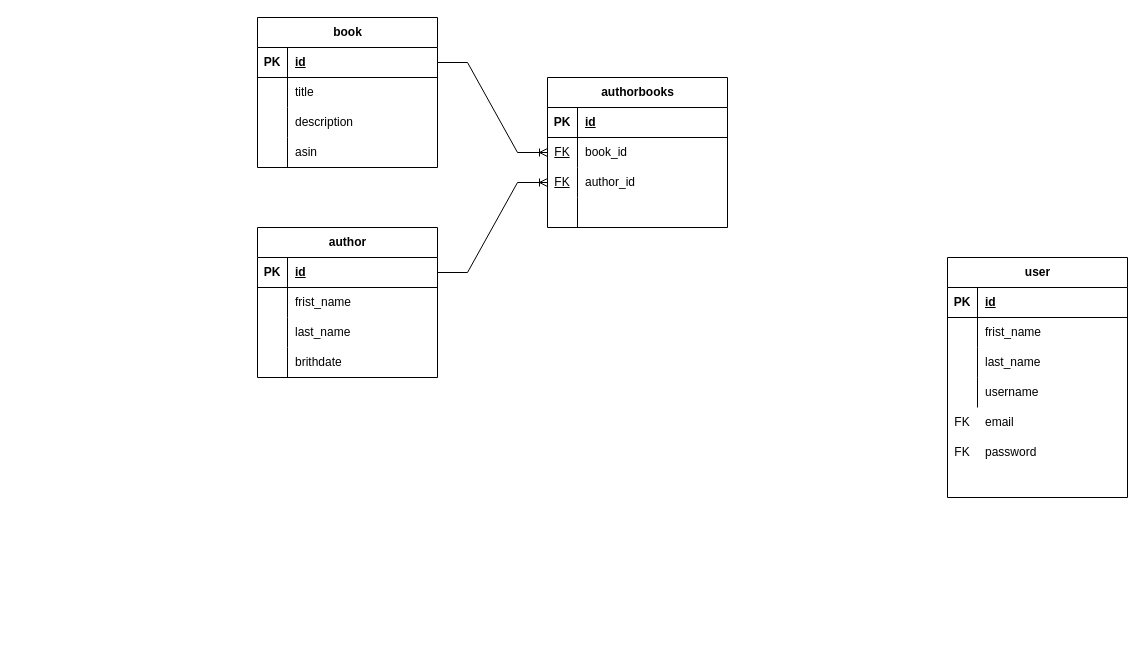
Before: Untitled Diagram.drawio in Akhmadjon0071/praktikum_datasets, a draw.io diagram. Source tidied: cells renumbered, new cells numbered last; positions are measured from the earlier drawing's top-left corner, leaving out a move shared by most shapes. Both pictures are drawn from the tidied source at 100%, with x=0, y=0 at pixel (257, 17).
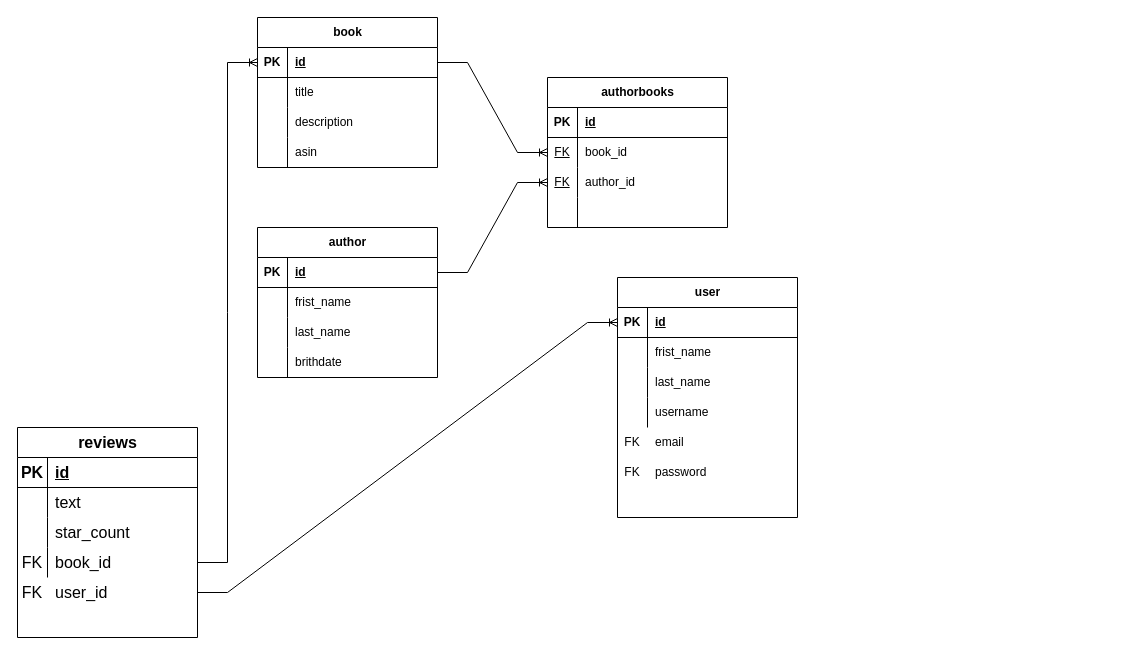
After the change.

The change refers to these unchanged cells:
```xml
<mxCell id="4" style="shape=tableRow;horizontal=0;startSize=0;swimlaneHead=0;swimlaneBody=0;fillColor=none;points=[[0,0.5],[1,0.5]];portConstraint=eastwest;top=0;left=0;right=0;bottom=1;" parent="3" vertex="1">
  <mxGeometry y="30" width="180" height="30" as="geometry" />
</mxCell>
<mxCell id="52" style="shape=tableRow;horizontal=0;startSize=0;swimlaneHead=0;swimlaneBody=0;fillColor=none;top=0;left=0;right=0;bottom=0;fontFamily=Helvetica;fontSize=12;fontColor=default;" parent="1" vertex="1">
  <mxGeometry x="464" y="410" width="180" height="30" as="geometry" />
</mxCell>
<mxCell id="63" style="shape=tableRow;horizontal=0;startSize=0;swimlaneHead=0;swimlaneBody=0;fillColor=none;points=[[0,0.5],[1,0.5]];portConstraint=eastwest;top=0;left=0;right=0;bottom=1;fontFamily=Helvetica;fontSize=12;fontColor=default;" parent="62" vertex="1">
  <mxGeometry y="30" width="180" height="30" as="geometry" />
</mxCell>
```

The edit, as a diff of the source:
```diff
@@
-    <mxCell id="53" style="shape=partialRectangle;fillColor=none;top=0;left=0;bottom=0;right=0;overflow=hidden;whiteSpace=wrap;html=1;fontFamily=Helvetica;fontSize=12;fontColor=default;" parent="52" vertex="1">
-      <mxGeometry width="30" height="30" as="geometry" />
-    </mxCell>
@@
     <mxCell id="56" style="group;" parent="1" vertex="1">
-      <mxGeometry x="690" y="240" width="180" height="240" as="geometry" />
+      <mxGeometry x="360" y="260" width="180" height="240" as="geometry" />
     </mxCell>
@@
+    <mxCell id="53" style="shape=partialRectangle;fillColor=none;top=0;left=0;bottom=0;right=0;overflow=hidden;whiteSpace=wrap;html=1;fontFamily=Helvetica;fontSize=12;fontColor=default;" parent="1" vertex="1">
+      <mxGeometry x="240" y="370" width="30" height="30" as="geometry" />
+    </mxCell>
+    <mxCell id="76" style="group;" parent="1" vertex="1">
+      <mxGeometry x="-240" y="410" width="180" height="210" as="geometry" />
+    </mxCell>
+    <mxCell id="77" value="reviews" style="shape=table;startSize=30;childLayout=tableLayout;rowLines=0;fontStyle=1;align=center;html=1;fontSize=16;" parent="76" vertex="1">
+      <mxGeometry width="180" height="210" as="geometry" />
+    </mxCell>
+    <mxCell id="78" style="shape=tableRow;horizontal=0;startSize=0;swimlaneHead=0;swimlaneBody=0;fillColor=none;top=0;left=0;right=0;bottom=1;fontSize=16;" parent="77" vertex="1">
+      <mxGeometry y="30" width="180" height="30" as="geometry" />
+    </mxCell>
+    <mxCell id="79" value="PK" style="shape=partialRectangle;fillColor=none;top=0;left=0;bottom=0;right=0;fontStyle=1;overflow=hidden;whiteSpace=wrap;html=1;fontSize=16;" parent="78" vertex="1">
+      <mxGeometry width="30" height="30" as="geometry" />
+    </mxCell>
+    <mxCell id="80" value="id" style="shape=partialRectangle;fillColor=none;top=0;left=0;bottom=0;right=0;align=left;spacingLeft=6;fontStyle=5;overflow=hidden;whiteSpace=wrap;html=1;fontSize=16;" parent="78" vertex="1">
+      <mxGeometry x="30" width="150" height="30" as="geometry" />
+    </mxCell>
+    <mxCell id="81" style="shape=tableRow;horizontal=0;startSize=0;swimlaneHead=0;swimlaneBody=0;fillColor=none;top=0;left=0;right=0;bottom=0;fontSize=16;" parent="77" vertex="1">
+      <mxGeometry y="60" width="180" height="30" as="geometry" />
+    </mxCell>
+    <mxCell id="82" style="shape=partialRectangle;fillColor=none;top=0;left=0;bottom=0;right=0;overflow=hidden;whiteSpace=wrap;html=1;fontSize=16;" parent="81" vertex="1">
+      <mxGeometry width="30" height="30" as="geometry" />
+    </mxCell>
+    <mxCell id="83" value="text" style="shape=partialRectangle;fillColor=none;top=0;left=0;bottom=0;right=0;align=left;spacingLeft=6;overflow=hidden;whiteSpace=wrap;html=1;fontSize=16;" parent="81" vertex="1">
+      <mxGeometry x="30" width="150" height="30" as="geometry" />
+    </mxCell>
+    <mxCell id="84" style="shape=tableRow;horizontal=0;startSize=0;swimlaneHead=0;swimlaneBody=0;fillColor=none;top=0;left=0;right=0;bottom=0;fontSize=16;" parent="77" vertex="1">
+      <mxGeometry y="90" width="180" height="30" as="geometry" />
+    </mxCell>
+    <mxCell id="85" style="shape=partialRectangle;fillColor=none;top=0;left=0;bottom=0;right=0;overflow=hidden;whiteSpace=wrap;html=1;fontSize=16;" parent="84" vertex="1">
+      <mxGeometry width="30" height="30" as="geometry" />
+    </mxCell>
+    <mxCell id="86" value="star_count" style="shape=partialRectangle;fillColor=none;top=0;left=0;bottom=0;right=0;align=left;spacingLeft=6;overflow=hidden;whiteSpace=wrap;html=1;fontSize=16;" parent="84" vertex="1">
+      <mxGeometry x="30" width="150" height="30" as="geometry" />
+    </mxCell>
+    <mxCell id="87" style="shape=tableRow;horizontal=0;startSize=0;swimlaneHead=0;swimlaneBody=0;fillColor=none;points=[[0,0.5],[1,0.5]];portConstraint=eastwest;top=0;left=0;right=0;bottom=0;fontSize=16;" parent="77" vertex="1">
+      <mxGeometry y="120" width="180" height="30" as="geometry" />
+    </mxCell>
+    <mxCell id="88" value="FK" style="shape=partialRectangle;fillColor=none;top=0;left=0;bottom=0;right=0;overflow=hidden;whiteSpace=wrap;html=1;fontSize=16;" parent="87" vertex="1">
+      <mxGeometry width="30" height="30" as="geometry" />
+    </mxCell>
+    <mxCell id="89" value="book_id" style="shape=partialRectangle;fillColor=none;top=0;left=0;bottom=0;right=0;align=left;spacingLeft=6;overflow=hidden;whiteSpace=wrap;html=1;fontSize=16;" parent="87" vertex="1">
+      <mxGeometry x="30" width="150" height="30" as="geometry" />
+    </mxCell>
+    <mxCell id="90" style="shape=tableRow;horizontal=0;startSize=0;swimlaneHead=0;swimlaneBody=0;fillColor=none;points=[[0,0.5],[1,0.5]];portConstraint=eastwest;top=0;left=0;right=0;bottom=0;fontSize=16;" parent="76" vertex="1">
+      <mxGeometry y="150" width="180" height="30" as="geometry" />
+    </mxCell>
+    <mxCell id="91" value="FK" style="shape=partialRectangle;fillColor=none;top=0;left=0;bottom=0;right=0;overflow=hidden;whiteSpace=wrap;html=1;fontSize=16;" parent="90" vertex="1">
+      <mxGeometry width="30" height="30" as="geometry" />
+    </mxCell>
+    <mxCell id="92" value="user_id" style="shape=partialRectangle;fillColor=none;top=0;left=0;bottom=0;right=0;align=left;spacingLeft=6;overflow=hidden;whiteSpace=wrap;html=1;fontSize=16;" parent="90" vertex="1">
+      <mxGeometry x="30" width="150" height="30" as="geometry" />
+    </mxCell>
+    <mxCell id="93" style="edgeStyle=entityRelationEdgeStyle;fontSize=12;html=1;endArrow=ERoneToMany;rounded=0;entryX=0;entryY=0.5;entryDx=0;entryDy=0;exitX=1;exitY=0.5;exitDx=0;exitDy=0;" parent="1" edge="1" source="87" target="4">
+      <mxGeometry relative="1" as="geometry" />
+    </mxCell>
+    <mxCell id="94" style="edgeStyle=entityRelationEdgeStyle;fontSize=12;html=1;endArrow=ERoneToMany;rounded=0;entryX=0;entryY=0.5;entryDx=0;entryDy=0;exitX=1;exitY=0.5;exitDx=0;exitDy=0;" parent="1" edge="1" source="90" target="63">
+      <mxGeometry relative="1" as="geometry" />
+    </mxCell>
```
